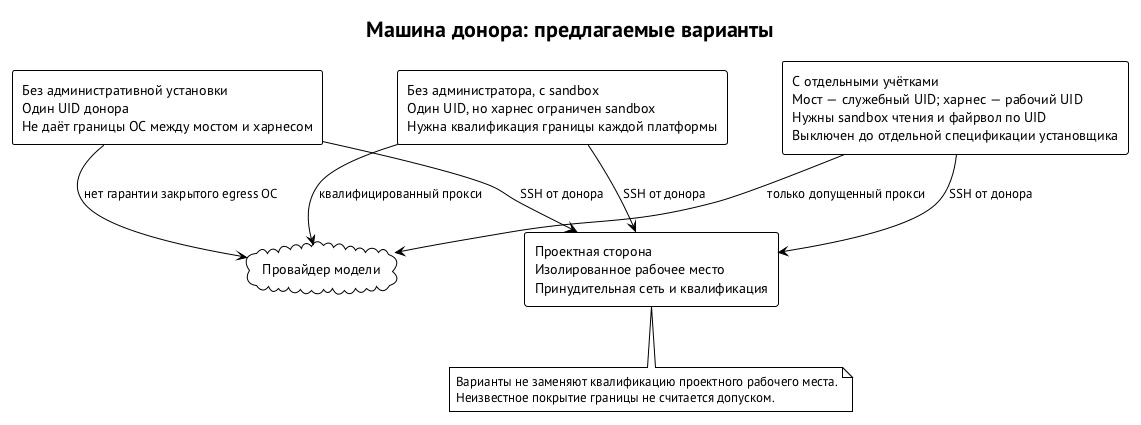
relux-works/swarma-docs keeps this PlantUML diagram as book/diagrams/donor-variants.png. Above is the earlier version.
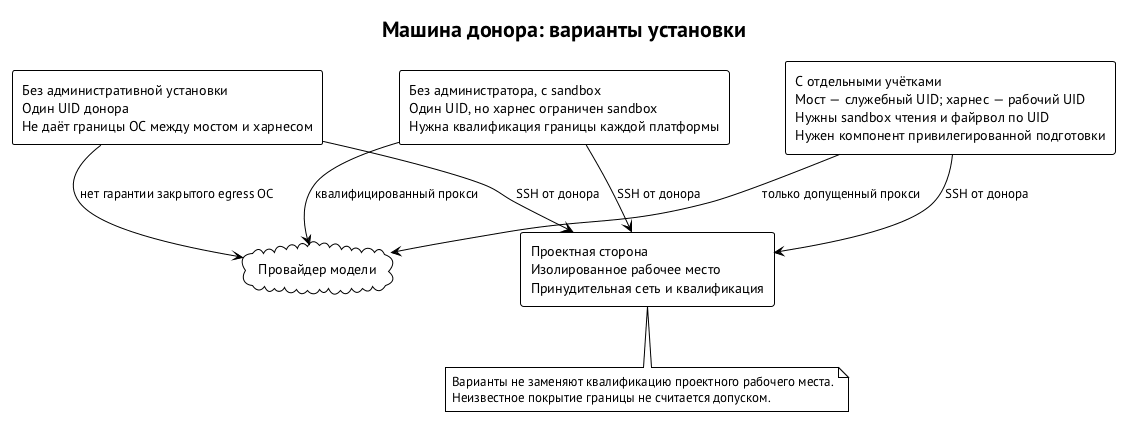
The same file after the commit.

Diff of the diagram source:
```diff
@@ -3,9 +3,9 @@
 skinparam defaultFontName "PT Sans"
 skinparam shadowing false
 skinparam packageStyle rectangle
-title Машина донора: предлагаемые варианты
+title Машина донора: варианты установки
 rectangle "Без административной установки\nОдин UID донора\nНе даёт границы ОС между мостом и харнесом" as A
-rectangle "С отдельными учётками\nМост — служебный UID; харнес — рабочий UID\nНужны sandbox чтения и файрвол по UID\nВыключен до отдельной спецификации установщика" as B
+rectangle "С отдельными учётками\nМост — служебный UID; харнес — рабочий UID\nНужны sandbox чтения и файрвол по UID\nНужен компонент привилегированной подготовки" as B
 rectangle "Без администратора, с sandbox\nОдин UID, но харнес ограничен sandbox\nНужна квалификация границы каждой платформы" as C
 rectangle "Проектная сторона\nИзолированное рабочее место\nПринудительная сеть и квалификация" as P
 cloud "Провайдер модели" as M
```
